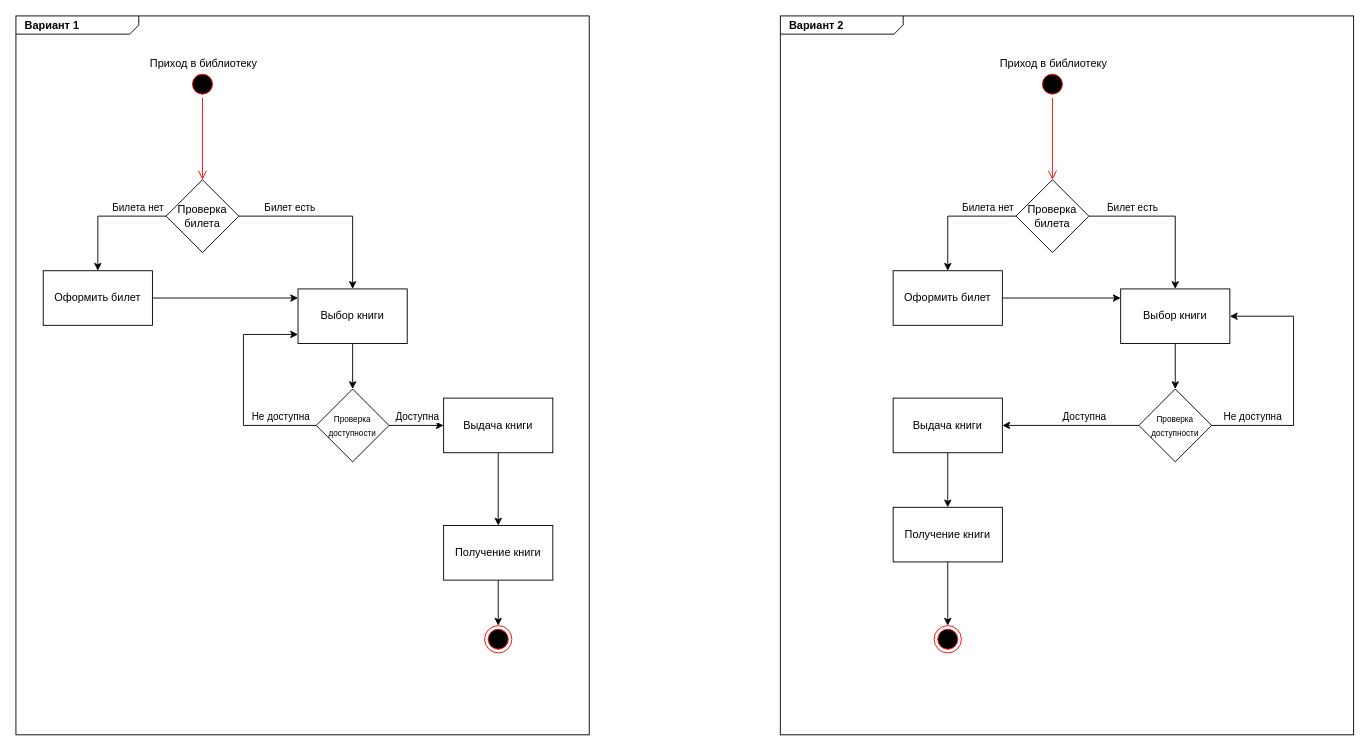
Before: Module12_Practice_Part1.drawio in JTamahi/Module12_Practice, a draw.io diagram. Source tidied: cells renumbered, new cells numbered last; positions are measured from the earlier drawing's top-left corner, leaving out a move shared by most shapes. Both pictures are drawn from the tidied source at 91%, with x=0, y=0 at pixel (15, 15).
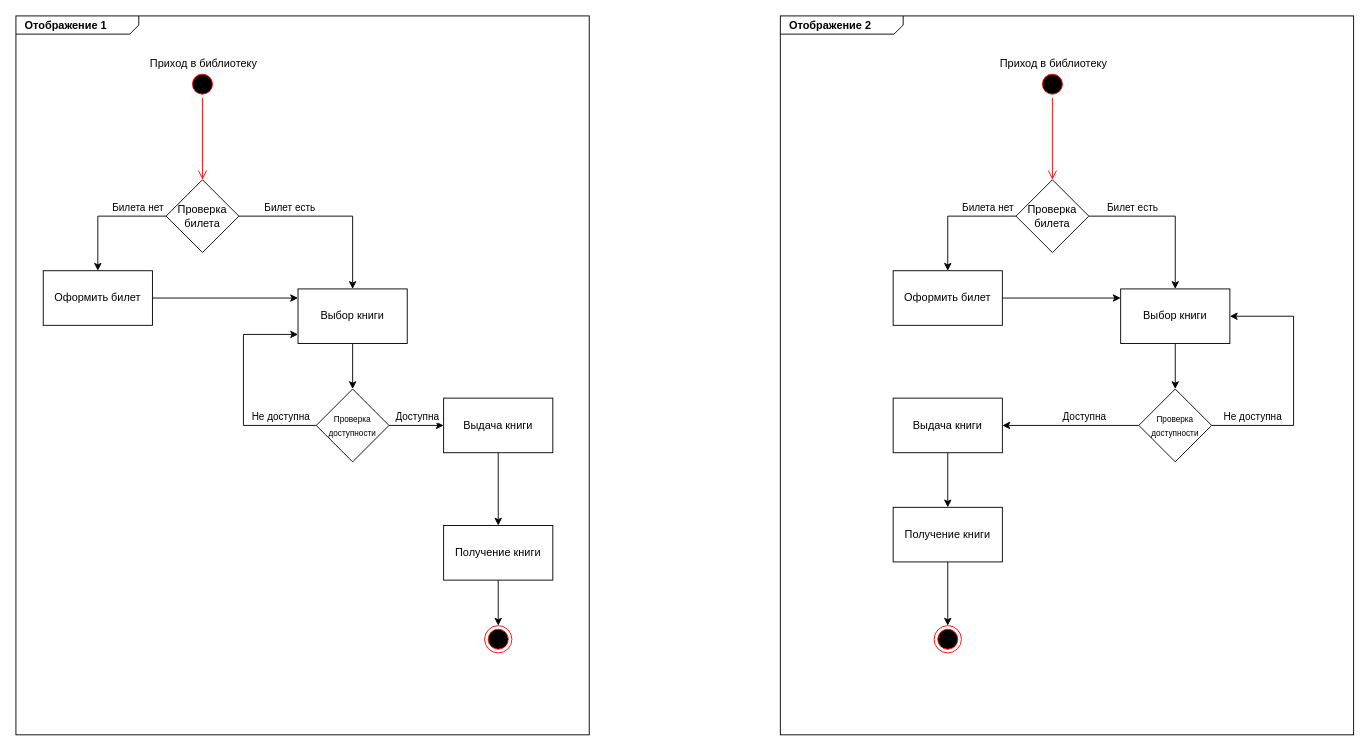
The same page after the edit.

Diff of the diagram source:
```diff
@@
-    <mxCell id="2" value="&lt;p style=&quot;margin:0px;margin-top:4px;margin-left:10px;text-align:left;&quot;&gt;&lt;b&gt;Вариант 2&lt;/b&gt;&lt;/p&gt;" style="html=1;shape=mxgraph.sysml.package;align=left;spacingLeft=5;verticalAlign=top;spacingTop=-3;labelX=135;html=1;overflow=fill;" parent="1" vertex="1">
+    <mxCell id="2" value="&lt;p style=&quot;margin:0px;margin-top:4px;margin-left:10px;text-align:left;&quot;&gt;&lt;b&gt;Отображение 2&lt;/b&gt;&lt;/p&gt;" style="html=1;shape=mxgraph.sysml.package;align=left;spacingLeft=5;verticalAlign=top;spacingTop=-3;labelX=135;html=1;overflow=fill;" parent="1" vertex="1">
       <mxGeometry x="840" width="630" height="790" as="geometry" />
     </mxCell>
-    <mxCell id="3" value="&lt;p style=&quot;margin:0px;margin-top:4px;margin-left:10px;text-align:left;&quot;&gt;&lt;b&gt;Вариант 1&lt;/b&gt;&lt;/p&gt;" style="html=1;shape=mxgraph.sysml.package;align=left;spacingLeft=5;verticalAlign=top;spacingTop=-3;labelX=135;html=1;overflow=fill;" parent="1" vertex="1">
+    <mxCell id="3" value="&lt;p style=&quot;margin:0px;margin-top:4px;margin-left:10px;text-align:left;&quot;&gt;&lt;b&gt;Отображение 1&lt;/b&gt;&lt;/p&gt;" style="html=1;shape=mxgraph.sysml.package;align=left;spacingLeft=5;verticalAlign=top;spacingTop=-3;labelX=135;html=1;overflow=fill;" parent="1" vertex="1">
       <mxGeometry width="630" height="790" as="geometry" />
     </mxCell>
```
